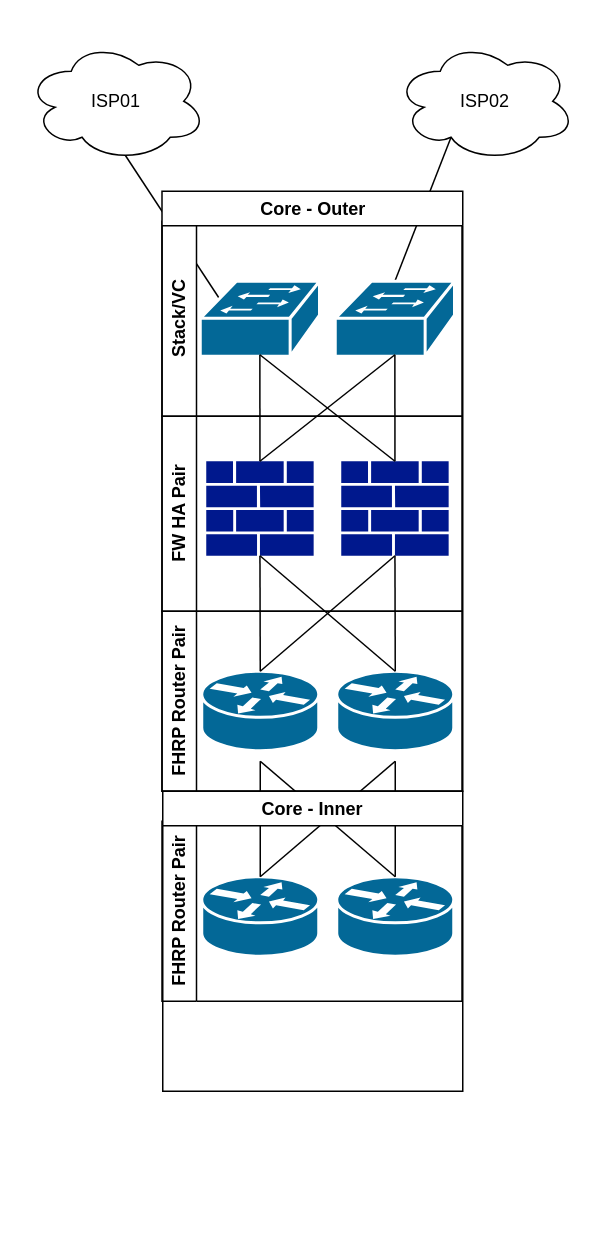
Above: page "Distributed-Traditional" (3 of 3) of network_presentation.drawio in adamrt918/Diagram (draw.io), before the change. Source tidied: cells renumbered, new cells numbered last; positions are measured from the earlier drawing's top-left corner, leaving out a move shared by most shapes. Both pictures are drawn from the tidied source at 150%, with x=0, y=0 at pixel (26, 40).
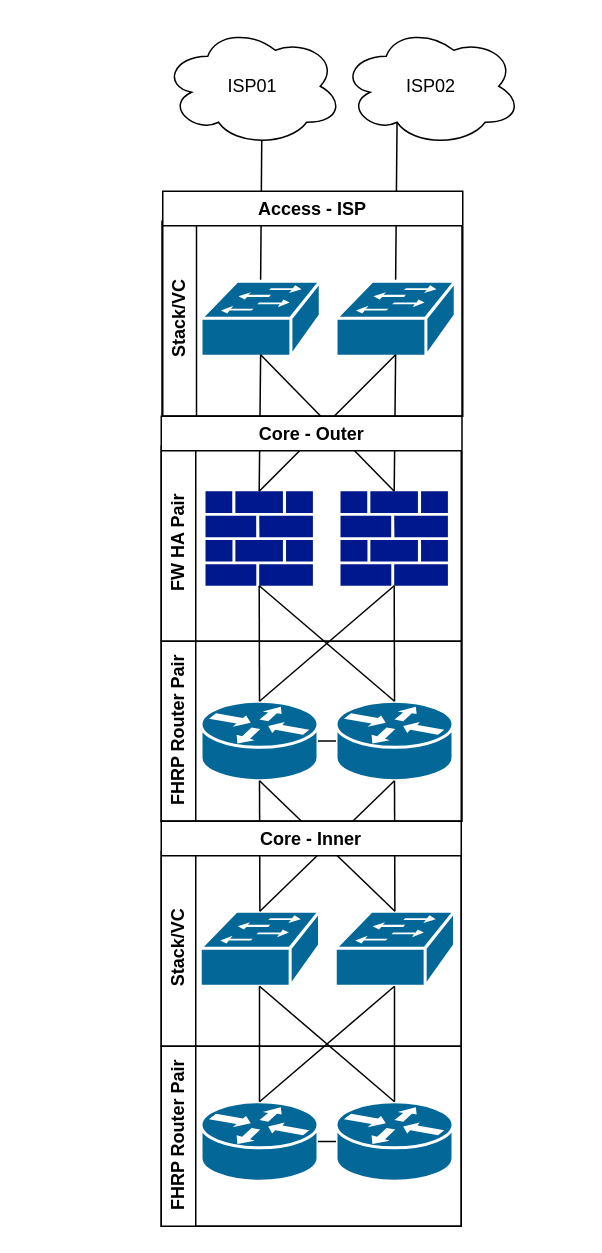
The same diagram, later.

Unchanged cells that the change refers to:
```xml
<mxCell id="6" value="Stack/VC" style="swimlane;horizontal=0;whiteSpace=wrap;html=1;" parent="1" vertex="1">
  <mxGeometry x="90.5" y="120" width="200" height="130" as="geometry" />
</mxCell>
```

Diff of the diagram source:
```diff
@@
-    <mxCell id="3" style="endArrow=none;html=1;rounded=0;entryX=0.16;entryY=0.23;entryDx=0;entryDy=0;entryPerimeter=0;exitX=0.55;exitY=0.95;exitDx=0;exitDy=0;exitPerimeter=0;" parent="1" edge="1" source="4" target="18">
+    <mxCell id="3" style="endArrow=none;html=1;rounded=0;entryX=0.5;entryY=0;entryDx=0;entryDy=0;entryPerimeter=0;exitX=0.55;exitY=0.95;exitDx=0;exitDy=0;exitPerimeter=0;" parent="1" edge="1" source="4" target="18">
       <mxGeometry relative="1" as="geometry" />
     </mxCell>
     <mxCell id="4" value="ISP01" style="ellipse;shape=cloud;whiteSpace=wrap;html=1;" parent="1" vertex="1">
-      <mxGeometry width="120" height="80" as="geometry" />
+      <mxGeometry x="91" y="-10" width="120" height="80" as="geometry" />
     </mxCell>
     <mxCell id="5" value="ISP02" style="ellipse;shape=cloud;whiteSpace=wrap;html=1;" parent="1" vertex="1">
-      <mxGeometry x="246" width="120" height="80" as="geometry" />
+      <mxGeometry x="210" y="-10" width="120" height="80" as="geometry" />
     </mxCell>
@@
+    <mxCell id="18" style="shape=mxgraph.cisco.switches.workgroup_switch;sketch=0;html=1;dashed=0;fillColor=#036897;strokeColor=#ffffff;strokeWidth=2;verticalLabelPosition=bottom;verticalAlign=top;align=center;outlineConnect=0;" parent="6" vertex="1">
+      <mxGeometry x="26" y="40" width="79.5" height="50" as="geometry" />
+    </mxCell>
+    <mxCell id="19" style="shape=mxgraph.cisco.switches.workgroup_switch;sketch=0;html=1;dashed=0;fillColor=#036897;strokeColor=#ffffff;strokeWidth=2;verticalLabelPosition=bottom;verticalAlign=top;align=center;outlineConnect=0;" parent="6" vertex="1">
+      <mxGeometry x="116" y="40" width="79.5" height="50" as="geometry" />
+    </mxCell>
+    <mxCell id="20" style="endArrow=none;html=1;rounded=0;entryX=0.5;entryY=0.98;entryDx=0;entryDy=0;entryPerimeter=0;exitX=0.5;exitY=0;exitDx=0;exitDy=0;exitPerimeter=0;" parent="1" edge="1" source="7" target="18">
+      <mxGeometry relative="1" as="geometry" />
+    </mxCell>
+    <mxCell id="23" style="endArrow=none;html=1;rounded=0;entryX=0.5;entryY=0.98;entryDx=0;entryDy=0;entryPerimeter=0;exitX=0.5;exitY=0;exitDx=0;exitDy=0;exitPerimeter=0;" parent="1" edge="1" source="8" target="18">
+      <mxGeometry relative="1" as="geometry" />
+    </mxCell>
+    <mxCell id="22" style="endArrow=none;html=1;rounded=0;entryX=0.5;entryY=0.98;entryDx=0;entryDy=0;entryPerimeter=0;exitX=0.5;exitY=0;exitDx=0;exitDy=0;exitPerimeter=0;" parent="1" edge="1" source="7" target="19">
+      <mxGeometry relative="1" as="geometry" />
+    </mxCell>
+    <mxCell id="21" style="endArrow=none;html=1;rounded=0;entryX=0.5;entryY=0.98;entryDx=0;entryDy=0;entryPerimeter=0;exitX=0.5;exitY=0;exitDx=0;exitDy=0;exitPerimeter=0;" parent="1" edge="1" source="8" target="19">
+      <mxGeometry relative="1" as="geometry" />
+    </mxCell>
+    <mxCell id="32" style="group;" parent="1" vertex="1">
+      <mxGeometry x="90" y="270" width="200" height="250" as="geometry" />
+    </mxCell>
-    <mxCell id="7" style="sketch=0;shadow=0;dashed=0;html=1;strokeColor=none;labelPosition=center;verticalLabelPosition=bottom;verticalAlign=top;align=center;fillColor=light-dark(#00188D,#5CB3DC);shape=mxgraph.mscae.enterprise.firewall;" parent="1" vertex="1">
-      <mxGeometry x="120" y="280" width="71.6" height="63" as="geometry" />
+    <mxCell id="7" style="sketch=0;shadow=0;dashed=0;html=1;strokeColor=none;labelPosition=center;verticalLabelPosition=bottom;verticalAlign=top;align=center;fillColor=light-dark(#00188D,#5CB3DC);shape=mxgraph.mscae.enterprise.firewall;" parent="32" vertex="1">
+      <mxGeometry x="29.5" y="30" width="71.6" height="63" as="geometry" />
     </mxCell>
-    <mxCell id="8" style="sketch=0;shadow=0;dashed=0;html=1;strokeColor=none;labelPosition=center;verticalLabelPosition=bottom;verticalAlign=top;align=center;fillColor=light-dark(#00188D,#5CB3DC);shape=mxgraph.mscae.enterprise.firewall;" parent="1" vertex="1">
-      <mxGeometry x="210" y="280" width="71.6" height="63" as="geometry" />
+    <mxCell id="8" style="sketch=0;shadow=0;dashed=0;html=1;strokeColor=none;labelPosition=center;verticalLabelPosition=bottom;verticalAlign=top;align=center;fillColor=light-dark(#00188D,#5CB3DC);shape=mxgraph.mscae.enterprise.firewall;" parent="32" vertex="1">
+      <mxGeometry x="119.5" y="30" width="71.6" height="63" as="geometry" />
     </mxCell>
-    <mxCell id="9" value="FW HA Pair" style="swimlane;horizontal=0;whiteSpace=wrap;html=1;" parent="1" vertex="1">
-      <mxGeometry x="90.5" y="250" width="200" height="130" as="geometry" />
+    <mxCell id="9" value="FW HA Pair" style="swimlane;horizontal=0;whiteSpace=wrap;html=1;" parent="32" vertex="1">
+      <mxGeometry width="200" height="130" as="geometry" />
     </mxCell>
-    <mxCell id="10" style="shape=mxgraph.cisco.routers.router;sketch=0;html=1;dashed=0;fillColor=#036897;strokeColor=#ffffff;strokeWidth=2;verticalLabelPosition=bottom;verticalAlign=top;align=center;outlineConnect=0;" parent="1" vertex="1">
-      <mxGeometry x="117" y="420" width="78" height="53" as="geometry" />
+    <mxCell id="10" style="shape=mxgraph.cisco.routers.router;sketch=0;html=1;dashed=0;fillColor=#036897;strokeColor=#ffffff;strokeWidth=2;verticalLabelPosition=bottom;verticalAlign=top;align=center;outlineConnect=0;" parent="32" vertex="1">
+      <mxGeometry x="26.5" y="170" width="78" height="53" as="geometry" />
     </mxCell>
-    <mxCell id="11" style="shape=mxgraph.cisco.routers.router;sketch=0;html=1;dashed=0;fillColor=#036897;strokeColor=#ffffff;strokeWidth=2;verticalLabelPosition=bottom;verticalAlign=top;align=center;outlineConnect=0;" parent="1" vertex="1">
-      <mxGeometry x="207" y="420" width="78" height="53" as="geometry" />
+    <mxCell id="11" style="shape=mxgraph.cisco.routers.router;sketch=0;html=1;dashed=0;fillColor=#036897;strokeColor=#ffffff;strokeWidth=2;verticalLabelPosition=bottom;verticalAlign=top;align=center;outlineConnect=0;" parent="32" vertex="1">
+      <mxGeometry x="116.5" y="170" width="78" height="53" as="geometry" />
     </mxCell>
-    <mxCell id="12" style="endArrow=none;html=1;rounded=0;exitX=0.5;exitY=1;exitDx=0;exitDy=0;exitPerimeter=0;entryX=0.5;entryY=0;entryDx=0;entryDy=0;entryPerimeter=0;" parent="1" edge="1" source="7" target="10">
+    <mxCell id="12" style="endArrow=none;html=1;rounded=0;exitX=0.5;exitY=1;exitDx=0;exitDy=0;exitPerimeter=0;entryX=0.5;entryY=0;entryDx=0;entryDy=0;entryPerimeter=0;" parent="32" edge="1" source="7" target="10">
       <mxGeometry relative="1" as="geometry" />
     </mxCell>
-    <mxCell id="13" style="endArrow=none;html=1;rounded=0;exitX=0.5;exitY=1;exitDx=0;exitDy=0;exitPerimeter=0;entryX=0.5;entryY=0;entryDx=0;entryDy=0;entryPerimeter=0;" parent="1" edge="1" source="8" target="10">
+    <mxCell id="13" style="endArrow=none;html=1;rounded=0;exitX=0.5;exitY=1;exitDx=0;exitDy=0;exitPerimeter=0;entryX=0.5;entryY=0;entryDx=0;entryDy=0;entryPerimeter=0;" parent="32" edge="1" source="8" target="10">
       <mxGeometry relative="1" as="geometry" />
     </mxCell>
-    <mxCell id="14" style="endArrow=none;html=1;rounded=0;exitX=0.5;exitY=1;exitDx=0;exitDy=0;exitPerimeter=0;entryX=0.5;entryY=0;entryDx=0;entryDy=0;entryPerimeter=0;" parent="1" edge="1" source="7" target="11">
+    <mxCell id="14" style="endArrow=none;html=1;rounded=0;exitX=0.5;exitY=1;exitDx=0;exitDy=0;exitPerimeter=0;entryX=0.5;entryY=0;entryDx=0;entryDy=0;entryPerimeter=0;" parent="32" edge="1" source="7" target="11">
       <mxGeometry relative="1" as="geometry" />
     </mxCell>
-    <mxCell id="15" style="endArrow=none;html=1;rounded=0;entryX=0.5;entryY=1;entryDx=0;entryDy=0;entryPerimeter=0;exitX=0.5;exitY=0;exitDx=0;exitDy=0;exitPerimeter=0;" parent="1" edge="1" source="11" target="8">
+    <mxCell id="15" style="endArrow=none;html=1;rounded=0;entryX=0.5;entryY=1;entryDx=0;entryDy=0;entryPerimeter=0;exitX=0.5;exitY=0;exitDx=0;exitDy=0;exitPerimeter=0;" parent="32" edge="1" source="11" target="8">
       <mxGeometry relative="1" as="geometry" />
     </mxCell>
-    <mxCell id="16" value="FHRP Router Pair" style="swimlane;horizontal=0;whiteSpace=wrap;html=1;" parent="1" vertex="1">
-      <mxGeometry x="90.5" y="380" width="200" height="120" as="geometry" />
+    <mxCell id="16" value="FHRP Router Pair" style="swimlane;horizontal=0;whiteSpace=wrap;html=1;" parent="32" vertex="1">
+      <mxGeometry y="130" width="200" height="120" as="geometry" />
     </mxCell>
+    <mxCell id="33" style="endArrow=none;html=1;rounded=0;exitX=1;exitY=0.5;exitDx=0;exitDy=0;exitPerimeter=0;entryX=0;entryY=0.5;entryDx=0;entryDy=0;entryPerimeter=0;" parent="32" edge="1" source="10" target="11">
+      <mxGeometry relative="1" as="geometry" />
+    </mxCell>
+    <mxCell id="34" value="Access - ISP" style="swimlane;whiteSpace=wrap;html=1;" parent="1" vertex="1">
+      <mxGeometry x="91" y="100" width="200" height="150" as="geometry" />
+    </mxCell>
-    <mxCell id="17" value="Core - Outer" style="swimlane;whiteSpace=wrap;html=1;" parent="1" vertex="1">
-      <mxGeometry x="90.5" y="100" width="200.5" height="400" as="geometry" />
+    <mxCell id="17" value="&lt;font style=&quot;color: light-dark(rgb(0, 0, 0), rgb(255, 102, 102));&quot;&gt;Core - Outer&lt;/font&gt;" style="swimlane;whiteSpace=wrap;html=1;" parent="1" vertex="1">
+      <mxGeometry x="90" y="250" width="200.5" height="270" as="geometry" />
     </mxCell>
-    <mxCell id="18" style="shape=mxgraph.cisco.switches.workgroup_switch;sketch=0;html=1;dashed=0;fillColor=#036897;strokeColor=#ffffff;strokeWidth=2;verticalLabelPosition=bottom;verticalAlign=top;align=center;outlineConnect=0;" parent="17" vertex="1">
-      <mxGeometry x="25.5" y="60" width="79.5" height="50" as="geometry" />
-    </mxCell>
-    <mxCell id="19" style="shape=mxgraph.cisco.switches.workgroup_switch;sketch=0;html=1;dashed=0;fillColor=#036897;strokeColor=#ffffff;strokeWidth=2;verticalLabelPosition=bottom;verticalAlign=top;align=center;outlineConnect=0;" parent="17" vertex="1">
-      <mxGeometry x="115.5" y="60" width="79.5" height="50" as="geometry" />
-    </mxCell>
-    <mxCell id="20" style="endArrow=none;html=1;rounded=0;entryX=0.5;entryY=0.98;entryDx=0;entryDy=0;entryPerimeter=0;exitX=0.5;exitY=0;exitDx=0;exitDy=0;exitPerimeter=0;" parent="1" edge="1" source="7" target="18">
-      <mxGeometry relative="1" as="geometry" />
-    </mxCell>
-    <mxCell id="21" style="endArrow=none;html=1;rounded=0;entryX=0.5;entryY=0.98;entryDx=0;entryDy=0;entryPerimeter=0;exitX=0.5;exitY=0;exitDx=0;exitDy=0;exitPerimeter=0;" parent="1" edge="1" source="8" target="19">
-      <mxGeometry relative="1" as="geometry" />
-    </mxCell>
-    <mxCell id="22" style="endArrow=none;html=1;rounded=0;entryX=0.5;entryY=0.98;entryDx=0;entryDy=0;entryPerimeter=0;exitX=0.5;exitY=0;exitDx=0;exitDy=0;exitPerimeter=0;" parent="1" edge="1" source="7" target="19">
-      <mxGeometry relative="1" as="geometry" />
-    </mxCell>
-    <mxCell id="23" style="endArrow=none;html=1;rounded=0;entryX=0.5;entryY=0.98;entryDx=0;entryDy=0;entryPerimeter=0;exitX=0.5;exitY=0;exitDx=0;exitDy=0;exitPerimeter=0;" parent="1" edge="1" source="8" target="18">
-      <mxGeometry relative="1" as="geometry" />
-    </mxCell>
+    <mxCell id="35" value="Stack/VC" style="swimlane;horizontal=0;whiteSpace=wrap;html=1;" parent="1" vertex="1">
+      <mxGeometry x="90" y="540" width="200" height="130" as="geometry" />
+    </mxCell>
+    <mxCell id="36" style="shape=mxgraph.cisco.switches.workgroup_switch;sketch=0;html=1;dashed=0;fillColor=#036897;strokeColor=#ffffff;strokeWidth=2;verticalLabelPosition=bottom;verticalAlign=top;align=center;outlineConnect=0;" parent="35" vertex="1">
+      <mxGeometry x="26" y="40" width="79.5" height="50" as="geometry" />
+    </mxCell>
+    <mxCell id="37" style="shape=mxgraph.cisco.switches.workgroup_switch;sketch=0;html=1;dashed=0;fillColor=#036897;strokeColor=#ffffff;strokeWidth=2;verticalLabelPosition=bottom;verticalAlign=top;align=center;outlineConnect=0;" parent="35" vertex="1">
+      <mxGeometry x="116" y="40" width="79.5" height="50" as="geometry" />
+    </mxCell>
+    <mxCell id="38" style="endArrow=none;html=1;rounded=0;exitX=0.5;exitY=0;exitDx=0;exitDy=0;exitPerimeter=0;entryX=0.5;entryY=1;entryDx=0;entryDy=0;entryPerimeter=0;" parent="1" edge="1" source="37" target="11">
+      <mxGeometry relative="1" as="geometry" />
+    </mxCell>
+    <mxCell id="39" style="endArrow=none;html=1;rounded=0;entryX=0.5;entryY=1;entryDx=0;entryDy=0;entryPerimeter=0;exitX=0.5;exitY=0;exitDx=0;exitDy=0;exitPerimeter=0;" parent="1" edge="1" source="37" target="10">
+      <mxGeometry relative="1" as="geometry" />
+    </mxCell>
+    <mxCell id="40" style="endArrow=none;html=1;rounded=0;exitX=0.5;exitY=0;exitDx=0;exitDy=0;exitPerimeter=0;entryX=0.5;entryY=1;entryDx=0;entryDy=0;entryPerimeter=0;" parent="1" edge="1" source="36" target="11">
+      <mxGeometry relative="1" as="geometry" />
+    </mxCell>
+    <mxCell id="41" style="endArrow=none;html=1;rounded=0;entryX=0.5;entryY=1;entryDx=0;entryDy=0;entryPerimeter=0;exitX=0.5;exitY=0;exitDx=0;exitDy=0;exitPerimeter=0;" parent="1" edge="1" source="36" target="10">
+      <mxGeometry relative="1" as="geometry" />
+    </mxCell>
+    <mxCell id="31" value="&lt;span&gt;&lt;font style=&quot;color: light-dark(rgb(0, 0, 0), rgb(255, 179, 102));&quot;&gt;Core - Inner&lt;/font&gt;&lt;/span&gt;" style="swimlane;whiteSpace=wrap;html=1;" parent="1" vertex="1">
+      <mxGeometry x="90" y="520" width="200" height="270" as="geometry" />
+    </mxCell>
-    <mxCell id="24" style="shape=mxgraph.cisco.routers.router;sketch=0;html=1;dashed=0;fillColor=#036897;strokeColor=#ffffff;strokeWidth=2;verticalLabelPosition=bottom;verticalAlign=top;align=center;outlineConnect=0;" parent="1" vertex="1">
-      <mxGeometry x="117" y="557" width="78" height="53" as="geometry" />
+    <mxCell id="24" style="shape=mxgraph.cisco.routers.router;sketch=0;html=1;dashed=0;fillColor=#036897;strokeColor=#ffffff;strokeWidth=2;verticalLabelPosition=bottom;verticalAlign=top;align=center;outlineConnect=0;" parent="31" vertex="1">
+      <mxGeometry x="26.5" y="187" width="78" height="53" as="geometry" />
     </mxCell>
-    <mxCell id="25" style="shape=mxgraph.cisco.routers.router;sketch=0;html=1;dashed=0;fillColor=#036897;strokeColor=#ffffff;strokeWidth=2;verticalLabelPosition=bottom;verticalAlign=top;align=center;outlineConnect=0;" parent="1" vertex="1">
-      <mxGeometry x="207" y="557" width="78" height="53" as="geometry" />
+    <mxCell id="25" style="shape=mxgraph.cisco.routers.router;sketch=0;html=1;dashed=0;fillColor=#036897;strokeColor=#ffffff;strokeWidth=2;verticalLabelPosition=bottom;verticalAlign=top;align=center;outlineConnect=0;" parent="31" vertex="1">
+      <mxGeometry x="116.5" y="187" width="78" height="53" as="geometry" />
     </mxCell>
-    <mxCell id="26" style="endArrow=none;html=1;rounded=0;exitX=0.5;exitY=1;exitDx=0;exitDy=0;exitPerimeter=0;entryX=0.5;entryY=0;entryDx=0;entryDy=0;entryPerimeter=0;" parent="1" edge="1" target="24">
+    <mxCell id="26" style="endArrow=none;html=1;rounded=0;exitX=0.5;exitY=1;exitDx=0;exitDy=0;exitPerimeter=0;entryX=0.5;entryY=0;entryDx=0;entryDy=0;entryPerimeter=0;" parent="31" edge="1" target="24">
       <mxGeometry relative="1" as="geometry">
-        <mxPoint x="156" y="480" as="sourcePoint" />
+        <mxPoint x="65.5" y="110" as="sourcePoint" />
       </mxGeometry>
     </mxCell>
-    <mxCell id="27" style="endArrow=none;html=1;rounded=0;exitX=0.5;exitY=1;exitDx=0;exitDy=0;exitPerimeter=0;entryX=0.5;entryY=0;entryDx=0;entryDy=0;entryPerimeter=0;" parent="1" edge="1" target="24">
+    <mxCell id="27" style="endArrow=none;html=1;rounded=0;exitX=0.5;exitY=1;exitDx=0;exitDy=0;exitPerimeter=0;entryX=0.5;entryY=0;entryDx=0;entryDy=0;entryPerimeter=0;" parent="31" edge="1" target="24">
       <mxGeometry relative="1" as="geometry">
-        <mxPoint x="246" y="480" as="sourcePoint" />
+        <mxPoint x="155.5" y="110" as="sourcePoint" />
       </mxGeometry>
     </mxCell>
-    <mxCell id="28" style="endArrow=none;html=1;rounded=0;exitX=0.5;exitY=1;exitDx=0;exitDy=0;exitPerimeter=0;entryX=0.5;entryY=0;entryDx=0;entryDy=0;entryPerimeter=0;" parent="1" edge="1" target="25">
+    <mxCell id="28" style="endArrow=none;html=1;rounded=0;exitX=0.5;exitY=1;exitDx=0;exitDy=0;exitPerimeter=0;entryX=0.5;entryY=0;entryDx=0;entryDy=0;entryPerimeter=0;" parent="31" edge="1" target="25">
       <mxGeometry relative="1" as="geometry">
-        <mxPoint x="156" y="480" as="sourcePoint" />
+        <mxPoint x="65.5" y="110" as="sourcePoint" />
       </mxGeometry>
     </mxCell>
-    <mxCell id="29" style="endArrow=none;html=1;rounded=0;entryX=0.5;entryY=1;entryDx=0;entryDy=0;entryPerimeter=0;exitX=0.5;exitY=0;exitDx=0;exitDy=0;exitPerimeter=0;" parent="1" edge="1" source="25">
+    <mxCell id="29" style="endArrow=none;html=1;rounded=0;entryX=0.5;entryY=1;entryDx=0;entryDy=0;entryPerimeter=0;exitX=0.5;exitY=0;exitDx=0;exitDy=0;exitPerimeter=0;" parent="31" edge="1" source="25">
       <mxGeometry relative="1" as="geometry">
-        <mxPoint x="246" y="480" as="targetPoint" />
+        <mxPoint x="155.5" y="110" as="targetPoint" />
       </mxGeometry>
     </mxCell>
-    <mxCell id="30" value="FHRP Router Pair" style="swimlane;horizontal=0;whiteSpace=wrap;html=1;" parent="1" vertex="1">
-      <mxGeometry x="90.5" y="520" width="200" height="120" as="geometry" />
+    <mxCell id="30" value="FHRP Router Pair" style="swimlane;horizontal=0;whiteSpace=wrap;html=1;" parent="31" vertex="1">
+      <mxGeometry y="150" width="200" height="120" as="geometry" />
     </mxCell>
-    <mxCell id="31" value="Core - Inner" style="swimlane;whiteSpace=wrap;html=1;" parent="1" vertex="1">
-      <mxGeometry x="91" y="500" width="200" height="200" as="geometry" />
-    </mxCell>
+    <mxCell id="42" style="endArrow=none;html=1;rounded=0;exitX=1;exitY=0.5;exitDx=0;exitDy=0;exitPerimeter=0;entryX=0;entryY=0.5;entryDx=0;entryDy=0;entryPerimeter=0;" parent="31" edge="1" source="24" target="25">
+      <mxGeometry relative="1" as="geometry" />
+    </mxCell>
```
